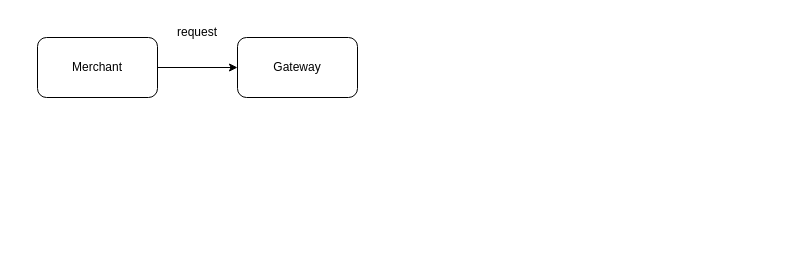
The draw.io diagram online_digital_bank_deposit.drawio in ChowChunLeong/go_practice, before the edit. Source tidied: cells renumbered, new cells numbered last; positions are measured from the earlier drawing's top-left corner, leaving out a move shared by most shapes. Both pictures are drawn from the tidied source at 100%, with x=0, y=0 at pixel (37, 17).
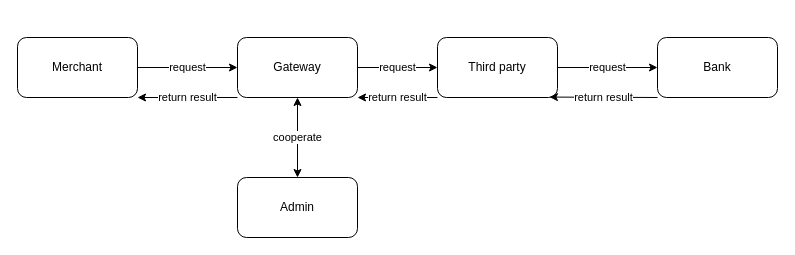
Above is the later version.

Commit message (it also covers changes not shown here):
learn to use drawio

Diff of the diagram source:
```diff
@@
 <mxGraphModel>
   <root>
     <mxCell id="0" />
     <mxCell id="1" parent="0" />
-    <mxCell id="2" style="edgeStyle=none;html=1;entryX=0;entryY=0.5;entryDx=0;entryDy=0;" parent="1" edge="1" source="3" target="4">
+    <mxCell id="2" value="request" style="edgeStyle=none;html=1;entryX=0;entryY=0.5;entryDx=0;entryDy=0;" parent="1" edge="1" source="3" target="4">
       <mxGeometry relative="1" as="geometry" />
     </mxCell>
     <mxCell id="3" value="Merchant" style="rounded=1;whiteSpace=wrap;html=1;" parent="1" vertex="1">
-      <mxGeometry y="20" width="120" height="60" as="geometry" />
+      <mxGeometry x="-20" y="20" width="120" height="60" as="geometry" />
     </mxCell>
+    <mxCell id="6" value="request" style="edgeStyle=none;html=1;exitX=1;exitY=0.5;exitDx=0;exitDy=0;entryX=0;entryY=0.5;entryDx=0;entryDy=0;" parent="1" edge="1" source="4" target="10">
+      <mxGeometry relative="1" as="geometry" />
+    </mxCell>
+    <mxCell id="7" value="return result" style="edgeStyle=none;html=1;exitX=0;exitY=1;exitDx=0;exitDy=0;entryX=1;entryY=1;entryDx=0;entryDy=0;" parent="1" edge="1" source="4" target="3">
+      <mxGeometry relative="1" as="geometry" />
+    </mxCell>
     <mxCell id="4" value="Gateway" style="rounded=1;whiteSpace=wrap;html=1;" parent="1" vertex="1">
       <mxGeometry x="200" y="20" width="120" height="60" as="geometry" />
     </mxCell>
-    <mxCell id="5" value="request" style="text;html=1;strokeColor=none;fillColor=none;align=center;verticalAlign=middle;whiteSpace=wrap;rounded=0;" parent="1" vertex="1">
-      <mxGeometry x="130" width="60" height="30" as="geometry" />
-    </mxCell>
+    <mxCell id="8" value="request" style="edgeStyle=none;html=1;exitX=1;exitY=0.5;exitDx=0;exitDy=0;entryX=0;entryY=0.5;entryDx=0;entryDy=0;" parent="1" edge="1" source="10" target="12">
+      <mxGeometry relative="1" as="geometry" />
+    </mxCell>
+    <mxCell id="9" value="return result" style="edgeStyle=none;html=1;exitX=0;exitY=1;exitDx=0;exitDy=0;entryX=1;entryY=1;entryDx=0;entryDy=0;" parent="1" edge="1" source="10" target="4">
+      <mxGeometry relative="1" as="geometry" />
+    </mxCell>
+    <mxCell id="10" value="Third party" style="rounded=1;whiteSpace=wrap;html=1;" parent="1" vertex="1">
+      <mxGeometry x="400" y="20" width="120" height="60" as="geometry" />
+    </mxCell>
+    <mxCell id="11" value="return result" style="edgeStyle=none;html=1;exitX=0;exitY=1;exitDx=0;exitDy=0;entryX=0.933;entryY=0.993;entryDx=0;entryDy=0;entryPerimeter=0;" parent="1" edge="1" source="12" target="10">
+      <mxGeometry relative="1" as="geometry" />
+    </mxCell>
+    <mxCell id="12" value="Bank" style="rounded=1;whiteSpace=wrap;html=1;" parent="1" vertex="1">
+      <mxGeometry x="620" y="20" width="120" height="60" as="geometry" />
+    </mxCell>
+    <mxCell id="13" value="Admin" style="rounded=1;whiteSpace=wrap;html=1;" parent="1" vertex="1">
+      <mxGeometry x="200" y="160" width="120" height="60" as="geometry" />
+    </mxCell>
+    <mxCell id="14" value="cooperate" style="endArrow=classic;startArrow=classic;html=1;entryX=0.5;entryY=1;entryDx=0;entryDy=0;exitX=0.5;exitY=0;exitDx=0;exitDy=0;" parent="1" edge="1" source="13" target="4">
+      <mxGeometry relative="1" as="geometry" />
+    </mxCell>
   </root>
 </mxGraphModel>
```
